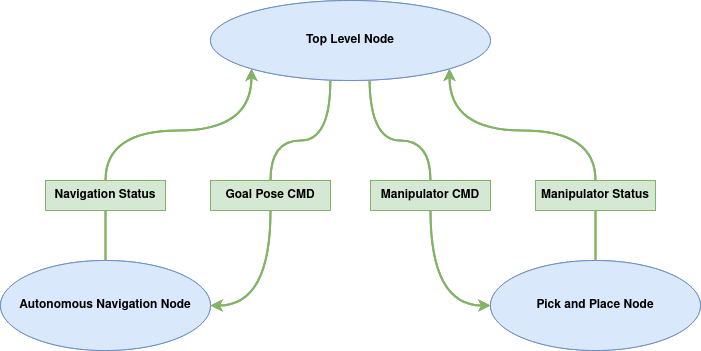
The draw.io diagram Figures/figTopLevelMethod.drawio.png in orjano-max/ORJANOS_MASTER_REPO, before a commit. Source tidied: cells renumbered, new cells last; positions are measured from the earlier drawing's top-left corner, leaving out a move shared by most shapes.
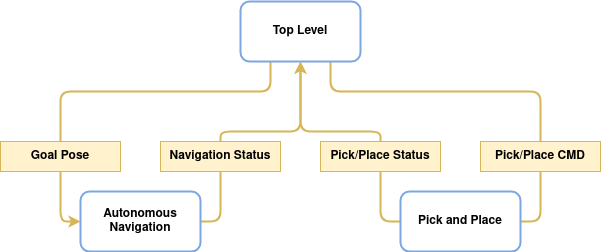
The same diagram one commit later.

Diff of the diagram source:
```diff
@@ -2,145 +2,82 @@
   <root>
     <mxCell id="0" />
     <mxCell id="1" parent="0" />
-    <mxCell id="2" value="Autonomous Navigation Node" style="ellipse;whiteSpace=wrap;html=1;fillColor=#dae8fc;strokeColor=#6c8ebf;fontStyle=1;" parent="1" vertex="1">
-      <mxGeometry y="260" width="210" height="90" as="geometry" />
-    </mxCell>
-    <mxCell id="3" value="Pick and Place Node" style="ellipse;whiteSpace=wrap;html=1;fillColor=#dae8fc;strokeColor=#6c8ebf;fontStyle=1;" parent="1" vertex="1">
-      <mxGeometry x="490" y="260" width="210" height="90" as="geometry" />
-    </mxCell>
-    <mxCell id="4" value="Top Level Node" style="ellipse;whiteSpace=wrap;html=1;fillColor=#dae8fc;strokeColor=#6c8ebf;fontStyle=1;" parent="1" vertex="1">
-      <mxGeometry x="210" width="280" height="80" as="geometry" />
-    </mxCell>
-    <mxCell id="5" value="&lt;b&gt;Goal Pose CMD&lt;br&gt;&lt;/b&gt;" style="rounded=0;whiteSpace=wrap;html=1;fillColor=#d5e8d4;strokeColor=#82b366;" parent="1" vertex="1">
-      <mxGeometry x="210" y="180" width="120" height="30" as="geometry" />
-    </mxCell>
-    <mxCell id="6" style="edgeStyle=orthogonalEdgeStyle;jettySize=auto;html=1;curved=1;fillColor=#d5e8d4;strokeColor=#82b366;strokeWidth=2;rounded=0;exitX=0.428;exitY=1.002;exitDx=0;exitDy=0;entryX=0.5;entryY=0;entryDx=0;entryDy=0;endArrow=none;endFill=0;exitPerimeter=0;" parent="1" edge="1" source="4" target="5">
-      <mxGeometry relative="1" as="geometry">
-        <Array as="points">
-          <mxPoint x="330" y="140" />
-          <mxPoint x="270" y="140" />
-        </Array>
-      </mxGeometry>
-    </mxCell>
-    <mxCell id="7" style="edgeStyle=orthogonalEdgeStyle;jettySize=auto;html=1;curved=1;fillColor=#d5e8d4;strokeColor=#82b366;strokeWidth=2;rounded=0;exitX=0.5;exitY=1;exitDx=0;exitDy=0;entryX=1;entryY=0.5;entryDx=0;entryDy=0;" parent="1" edge="1" source="5" target="2">
-      <mxGeometry relative="1" as="geometry">
-        <Array as="points">
-          <mxPoint x="270" y="305" />
-        </Array>
-      </mxGeometry>
-    </mxCell>
-    <mxCell id="8" value="&lt;b&gt;Navigation Status&lt;br&gt;&lt;/b&gt;" style="rounded=0;whiteSpace=wrap;html=1;fillColor=#d5e8d4;strokeColor=#82b366;" parent="1" vertex="1">
-      <mxGeometry x="45" y="180" width="120" height="30" as="geometry" />
-    </mxCell>
-    <mxCell id="9" style="edgeStyle=orthogonalEdgeStyle;jettySize=auto;html=1;curved=1;fillColor=#d5e8d4;strokeColor=#82b366;strokeWidth=2;rounded=0;exitX=0.5;exitY=0;exitDx=0;exitDy=0;entryX=0;entryY=1;entryDx=0;entryDy=0;" parent="1" edge="1" source="8" target="4">
-      <mxGeometry relative="1" as="geometry" />
-    </mxCell>
-    <mxCell id="10" style="edgeStyle=orthogonalEdgeStyle;jettySize=auto;html=1;curved=1;fillColor=#d5e8d4;strokeColor=#82b366;strokeWidth=2;rounded=0;exitX=0.5;exitY=1;exitDx=0;exitDy=0;entryX=0.5;entryY=0;entryDx=0;entryDy=0;endArrow=none;endFill=0;" parent="1" edge="1" source="8" target="2">
-      <mxGeometry relative="1" as="geometry" />
-    </mxCell>
-    <mxCell id="11" style="edgeStyle=orthogonalEdgeStyle;jettySize=auto;html=1;curved=1;fillColor=#d5e8d4;strokeColor=#82b366;strokeWidth=2;rounded=0;exitX=1;exitY=1;exitDx=0;exitDy=0;endArrow=none;endFill=0;startArrow=classic;startFill=1;entryX=0.5;entryY=0;entryDx=0;entryDy=0;" parent="1" edge="1" source="4" target="12">
-      <mxGeometry relative="1" as="geometry">
-        <Array as="points">
-          <mxPoint x="449" y="130" />
-          <mxPoint x="595" y="130" />
-        </Array>
-      </mxGeometry>
-    </mxCell>
-    <mxCell id="12" value="&lt;b&gt;Manipulator Status&lt;br&gt;&lt;/b&gt;" style="rounded=0;whiteSpace=wrap;html=1;fillColor=#d5e8d4;strokeColor=#82b366;" parent="1" vertex="1">
-      <mxGeometry x="535" y="180" width="120" height="30" as="geometry" />
-    </mxCell>
-    <mxCell id="13" style="edgeStyle=orthogonalEdgeStyle;jettySize=auto;html=1;curved=1;fillColor=#d5e8d4;strokeColor=#82b366;strokeWidth=2;rounded=0;exitX=0.5;exitY=1;exitDx=0;exitDy=0;entryX=0.5;entryY=0;entryDx=0;entryDy=0;endArrow=none;endFill=0;" parent="1" edge="1" source="12" target="3">
-      <mxGeometry relative="1" as="geometry">
-        <Array as="points">
-          <mxPoint x="595" y="210" />
-          <mxPoint x="595" y="260" />
-        </Array>
-      </mxGeometry>
-    </mxCell>
-    <mxCell id="14" value="&lt;b&gt;Manipulator CMD&lt;br&gt;&lt;/b&gt;" style="rounded=0;whiteSpace=wrap;html=1;fillColor=#d5e8d4;strokeColor=#82b366;" parent="1" vertex="1">
-      <mxGeometry x="370" y="180" width="120" height="30" as="geometry" />
-    </mxCell>
-    <mxCell id="15" style="edgeStyle=orthogonalEdgeStyle;jettySize=auto;html=1;curved=1;fillColor=#d5e8d4;strokeColor=#82b366;strokeWidth=2;rounded=0;exitX=0.568;exitY=1.002;exitDx=0;exitDy=0;entryX=0.5;entryY=0;entryDx=0;entryDy=0;endArrow=none;endFill=0;exitPerimeter=0;" parent="1" edge="1" source="4" target="14">
-      <mxGeometry relative="1" as="geometry">
-        <Array as="points">
-          <mxPoint x="370" y="80" />
-          <mxPoint x="370" y="140" />
-          <mxPoint x="430" y="140" />
-        </Array>
-      </mxGeometry>
-    </mxCell>
-    <mxCell id="16" style="edgeStyle=orthogonalEdgeStyle;jettySize=auto;html=1;curved=1;fillColor=#d5e8d4;strokeColor=#82b366;strokeWidth=2;rounded=0;exitX=0.5;exitY=1;exitDx=0;exitDy=0;entryX=0;entryY=0.5;entryDx=0;entryDy=0;" parent="1" edge="1" source="14" target="3">
-      <mxGeometry relative="1" as="geometry" />
-    </mxCell>
-    <mxCell id="17" value="Autonomous Navigation Node" style="ellipse;whiteSpace=wrap;html=1;fillColor=#dae8fc;strokeColor=#6c8ebf;fontStyle=1;" parent="1" vertex="1">
-      <mxGeometry y="260" width="210" height="90" as="geometry" />
-    </mxCell>
-    <mxCell id="18" value="Pick and Place Node" style="ellipse;whiteSpace=wrap;html=1;fillColor=#dae8fc;strokeColor=#6c8ebf;fontStyle=1;" parent="1" vertex="1">
-      <mxGeometry x="490" y="260" width="210" height="90" as="geometry" />
-    </mxCell>
-    <mxCell id="19" value="Top Level Node" style="ellipse;whiteSpace=wrap;html=1;fillColor=#dae8fc;strokeColor=#6c8ebf;fontStyle=1;" parent="1" vertex="1">
-      <mxGeometry x="210" width="280" height="80" as="geometry" />
-    </mxCell>
-    <mxCell id="20" value="&lt;b&gt;Goal Pose CMD&lt;br&gt;&lt;/b&gt;" style="rounded=0;whiteSpace=wrap;html=1;fillColor=#d5e8d4;strokeColor=#82b366;" parent="1" vertex="1">
-      <mxGeometry x="210" y="180" width="120" height="30" as="geometry" />
+    <mxCell id="20" value="&lt;b&gt;Navigation Status&lt;br&gt;&lt;/b&gt;" style="rounded=0;whiteSpace=wrap;html=1;fillColor=#fff2cc;strokeColor=#d6b656;" parent="1" vertex="1">
+      <mxGeometry x="210" y="150" width="120" height="30" as="geometry" />
     </mxCell>
-    <mxCell id="21" style="edgeStyle=orthogonalEdgeStyle;jettySize=auto;html=1;curved=1;fillColor=#d5e8d4;strokeColor=#82b366;strokeWidth=2;rounded=0;exitX=0.428;exitY=1.002;exitDx=0;exitDy=0;entryX=0.5;entryY=0;entryDx=0;entryDy=0;endArrow=none;endFill=0;exitPerimeter=0;" parent="1" edge="1" source="19" target="20">
+    <mxCell id="21" style="edgeStyle=orthogonalEdgeStyle;jettySize=auto;html=1;fillColor=#fff2cc;strokeColor=#d6b656;strokeWidth=2;rounded=1;exitX=0.5;exitY=1;exitDx=0;exitDy=0;entryX=0.5;entryY=0;entryDx=0;entryDy=0;endArrow=none;endFill=0;startArrow=classic;startFill=1;" parent="1" edge="1" source="32" target="20">
       <mxGeometry relative="1" as="geometry">
         <Array as="points">
-          <mxPoint x="330" y="140" />
+          <mxPoint x="350" y="140" />
           <mxPoint x="270" y="140" />
         </Array>
       </mxGeometry>
     </mxCell>
-    <mxCell id="22" style="edgeStyle=orthogonalEdgeStyle;jettySize=auto;html=1;curved=1;fillColor=#d5e8d4;strokeColor=#82b366;strokeWidth=2;rounded=0;exitX=0.5;exitY=1;exitDx=0;exitDy=0;entryX=1;entryY=0.5;entryDx=0;entryDy=0;" parent="1" edge="1" source="20" target="17">
+    <mxCell id="22" style="edgeStyle=orthogonalEdgeStyle;jettySize=auto;html=1;fillColor=#fff2cc;strokeColor=#d6b656;strokeWidth=2;rounded=1;exitX=0.5;exitY=1;exitDx=0;exitDy=0;entryX=1;entryY=0.5;entryDx=0;entryDy=0;endArrow=none;endFill=0;" parent="1" edge="1" source="20" target="34">
       <mxGeometry relative="1" as="geometry">
         <Array as="points">
-          <mxPoint x="270" y="305" />
+          <mxPoint x="270" y="230" />
         </Array>
       </mxGeometry>
     </mxCell>
-    <mxCell id="23" value="&lt;b&gt;Navigation Status&lt;br&gt;&lt;/b&gt;" style="rounded=0;whiteSpace=wrap;html=1;fillColor=#d5e8d4;strokeColor=#82b366;" parent="1" vertex="1">
-      <mxGeometry x="45" y="180" width="120" height="30" as="geometry" />
+    <mxCell id="23" value="&lt;b&gt;Goal Pose&lt;br&gt;&lt;/b&gt;" style="rounded=0;whiteSpace=wrap;html=1;fillColor=#fff2cc;strokeColor=#d6b656;" parent="1" vertex="1">
+      <mxGeometry x="50" y="150" width="120" height="30" as="geometry" />
     </mxCell>
-    <mxCell id="24" style="edgeStyle=orthogonalEdgeStyle;jettySize=auto;html=1;curved=1;fillColor=#d5e8d4;strokeColor=#82b366;strokeWidth=2;rounded=0;exitX=0.5;exitY=0;exitDx=0;exitDy=0;entryX=0;entryY=1;entryDx=0;entryDy=0;" parent="1" edge="1" source="23" target="19">
-      <mxGeometry relative="1" as="geometry" />
+    <mxCell id="24" style="edgeStyle=orthogonalEdgeStyle;jettySize=auto;html=1;fillColor=#fff2cc;strokeColor=#d6b656;strokeWidth=2;rounded=1;exitX=0.5;exitY=0;exitDx=0;exitDy=0;entryX=0.25;entryY=1;entryDx=0;entryDy=0;endArrow=none;endFill=0;" parent="1" edge="1" source="23" target="32">
+      <mxGeometry relative="1" as="geometry">
+        <Array as="points">
+          <mxPoint x="110" y="100" />
+          <mxPoint x="320" y="100" />
+        </Array>
+      </mxGeometry>
     </mxCell>
-    <mxCell id="25" style="edgeStyle=orthogonalEdgeStyle;jettySize=auto;html=1;curved=1;fillColor=#d5e8d4;strokeColor=#82b366;strokeWidth=2;rounded=0;exitX=0.5;exitY=1;exitDx=0;exitDy=0;entryX=0.5;entryY=0;entryDx=0;entryDy=0;endArrow=none;endFill=0;" parent="1" edge="1" source="23" target="17">
+    <mxCell id="25" style="edgeStyle=orthogonalEdgeStyle;jettySize=auto;html=1;fillColor=#fff2cc;strokeColor=#d6b656;strokeWidth=2;rounded=1;exitX=0.5;exitY=1;exitDx=0;exitDy=0;entryX=0;entryY=0.5;entryDx=0;entryDy=0;endArrow=classic;endFill=1;" parent="1" edge="1" source="23" target="34">
       <mxGeometry relative="1" as="geometry" />
     </mxCell>
-    <mxCell id="26" style="edgeStyle=orthogonalEdgeStyle;jettySize=auto;html=1;curved=1;fillColor=#d5e8d4;strokeColor=#82b366;strokeWidth=2;rounded=0;exitX=1;exitY=1;exitDx=0;exitDy=0;endArrow=none;endFill=0;startArrow=classic;startFill=1;entryX=0.5;entryY=0;entryDx=0;entryDy=0;" parent="1" edge="1" source="19" target="27">
+    <mxCell id="26" style="edgeStyle=orthogonalEdgeStyle;jettySize=auto;html=1;fillColor=#fff2cc;strokeColor=#d6b656;strokeWidth=2;rounded=1;exitX=0.75;exitY=1;exitDx=0;exitDy=0;endArrow=none;endFill=0;startArrow=none;startFill=0;entryX=0.5;entryY=0;entryDx=0;entryDy=0;" parent="1" edge="1" source="32" target="27">
       <mxGeometry relative="1" as="geometry">
         <Array as="points">
-          <mxPoint x="449" y="130" />
-          <mxPoint x="595" y="130" />
+          <mxPoint x="380" y="100" />
+          <mxPoint x="590" y="100" />
         </Array>
       </mxGeometry>
     </mxCell>
-    <mxCell id="27" value="&lt;b&gt;Manipulator Status&lt;br&gt;&lt;/b&gt;" style="rounded=0;whiteSpace=wrap;html=1;fillColor=#d5e8d4;strokeColor=#82b366;" parent="1" vertex="1">
-      <mxGeometry x="535" y="180" width="120" height="30" as="geometry" />
+    <mxCell id="27" value="&lt;b&gt;Pick/Place CMD&lt;br&gt;&lt;/b&gt;" style="rounded=0;whiteSpace=wrap;html=1;fillColor=#fff2cc;strokeColor=#d6b656;" parent="1" vertex="1">
+      <mxGeometry x="530" y="150" width="120" height="30" as="geometry" />
     </mxCell>
-    <mxCell id="28" style="edgeStyle=orthogonalEdgeStyle;jettySize=auto;html=1;curved=1;fillColor=#d5e8d4;strokeColor=#82b366;strokeWidth=2;rounded=0;exitX=0.5;exitY=1;exitDx=0;exitDy=0;entryX=0.5;entryY=0;entryDx=0;entryDy=0;endArrow=none;endFill=0;" parent="1" edge="1" source="27" target="18">
+    <mxCell id="28" style="edgeStyle=orthogonalEdgeStyle;jettySize=auto;html=1;fillColor=#fff2cc;strokeColor=#d6b656;strokeWidth=2;rounded=1;exitX=0.5;exitY=1;exitDx=0;exitDy=0;entryX=1;entryY=0.5;entryDx=0;entryDy=0;endArrow=none;endFill=0;" parent="1" edge="1" source="27" target="33">
       <mxGeometry relative="1" as="geometry">
         <Array as="points">
-          <mxPoint x="595" y="210" />
-          <mxPoint x="595" y="260" />
+          <mxPoint x="590" y="230" />
         </Array>
       </mxGeometry>
     </mxCell>
-    <mxCell id="29" value="&lt;b&gt;Manipulator CMD&lt;br&gt;&lt;/b&gt;" style="rounded=0;whiteSpace=wrap;html=1;fillColor=#d5e8d4;strokeColor=#82b366;" parent="1" vertex="1">
-      <mxGeometry x="370" y="180" width="120" height="30" as="geometry" />
+    <mxCell id="29" value="&lt;b&gt;Pick/Place Status&lt;br&gt;&lt;/b&gt;" style="rounded=0;whiteSpace=wrap;html=1;fillColor=#fff2cc;strokeColor=#d6b656;" parent="1" vertex="1">
+      <mxGeometry x="370" y="150" width="120" height="30" as="geometry" />
     </mxCell>
-    <mxCell id="30" style="edgeStyle=orthogonalEdgeStyle;jettySize=auto;html=1;curved=1;fillColor=#d5e8d4;strokeColor=#82b366;strokeWidth=2;rounded=0;exitX=0.568;exitY=1.002;exitDx=0;exitDy=0;entryX=0.5;entryY=0;entryDx=0;entryDy=0;endArrow=none;endFill=0;exitPerimeter=0;" parent="1" edge="1" source="19" target="29">
+    <mxCell id="30" style="edgeStyle=orthogonalEdgeStyle;jettySize=auto;html=1;fillColor=#fff2cc;strokeColor=#d6b656;strokeWidth=2;rounded=1;exitX=0.5;exitY=1;exitDx=0;exitDy=0;entryX=0.5;entryY=0;entryDx=0;entryDy=0;endArrow=none;endFill=0;startArrow=classic;startFill=1;" parent="1" edge="1" source="32" target="29">
       <mxGeometry relative="1" as="geometry">
         <Array as="points">
-          <mxPoint x="370" y="80" />
-          <mxPoint x="370" y="140" />
+          <mxPoint x="350" y="140" />
           <mxPoint x="430" y="140" />
         </Array>
       </mxGeometry>
     </mxCell>
-    <mxCell id="31" style="edgeStyle=orthogonalEdgeStyle;jettySize=auto;html=1;curved=1;fillColor=#d5e8d4;strokeColor=#82b366;strokeWidth=2;rounded=0;exitX=0.5;exitY=1;exitDx=0;exitDy=0;entryX=0;entryY=0.5;entryDx=0;entryDy=0;" parent="1" edge="1" source="29" target="18">
-      <mxGeometry relative="1" as="geometry" />
+    <mxCell id="31" style="edgeStyle=orthogonalEdgeStyle;jettySize=auto;html=1;fillColor=#fff2cc;strokeColor=#d6b656;strokeWidth=2;rounded=1;exitX=0.5;exitY=1;exitDx=0;exitDy=0;entryX=0;entryY=0.5;entryDx=0;entryDy=0;endArrow=none;endFill=0;" parent="1" edge="1" source="29" target="33">
+      <mxGeometry relative="1" as="geometry">
+        <Array as="points">
+          <mxPoint x="430" y="230" />
+        </Array>
+      </mxGeometry>
     </mxCell>
+    <mxCell id="32" value="&lt;b&gt;Top Level&lt;/b&gt;" style="rounded=1;whiteSpace=wrap;html=1;strokeColor=#7EA6E0;strokeWidth=2;" parent="1" vertex="1">
+      <mxGeometry x="290" y="10" width="120" height="60" as="geometry" />
+    </mxCell>
+    <mxCell id="33" value="&lt;b&gt;Pick and Place&lt;br&gt;&lt;/b&gt;" style="rounded=1;whiteSpace=wrap;html=1;strokeColor=#7EA6E0;strokeWidth=2;" parent="1" vertex="1">
+      <mxGeometry x="450" y="200" width="120" height="60" as="geometry" />
+    </mxCell>
+    <mxCell id="34" value="&lt;b&gt;Autonomous Navigation&lt;br&gt;&lt;/b&gt;" style="rounded=1;whiteSpace=wrap;html=1;strokeColor=#7EA6E0;strokeWidth=2;" parent="1" vertex="1">
+      <mxGeometry x="130" y="200" width="120" height="60" as="geometry" />
+    </mxCell>
   </root>
 </mxGraphModel>
```
